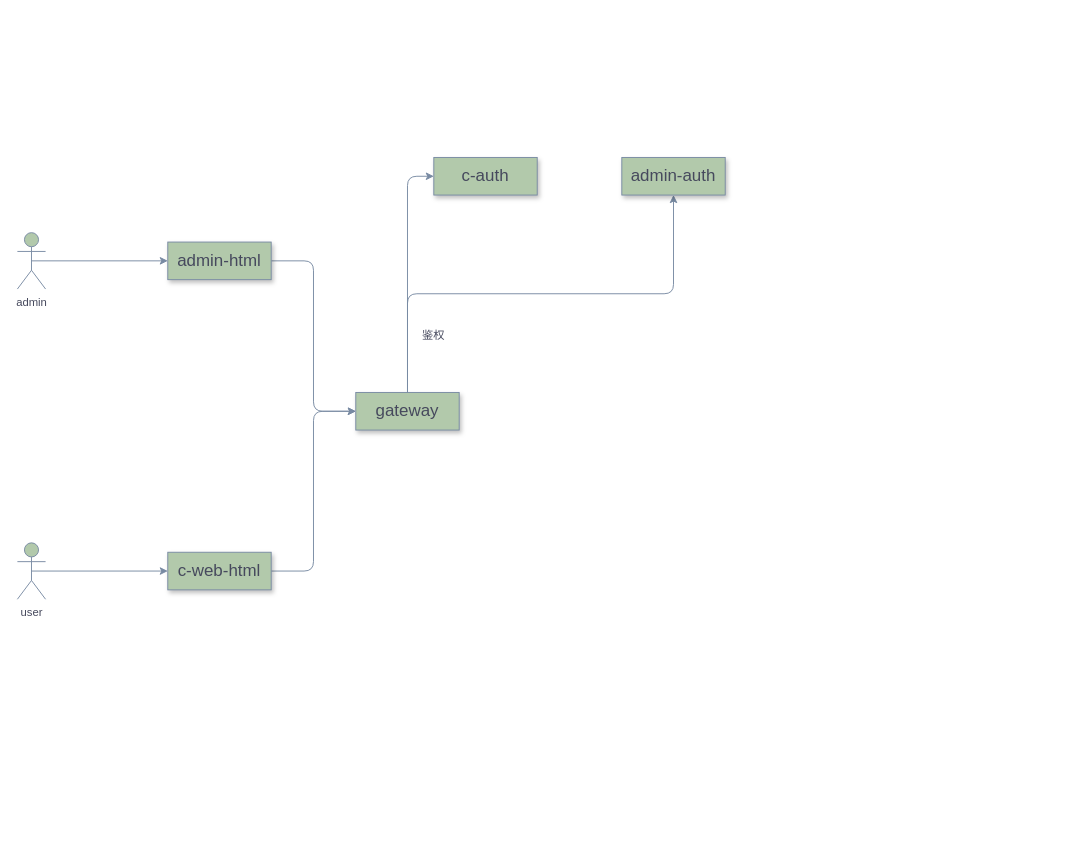
Above: 系统架构.drawio in kuangziyang/shop-design (draw.io), before the change. Source tidied: cells renumbered, new cells numbered last; positions are measured from the earlier drawing's top-left corner, leaving out a move shared by most shapes. Both pictures are drawn from the tidied source at 94%, with x=0, y=0 at pixel (17, 157).
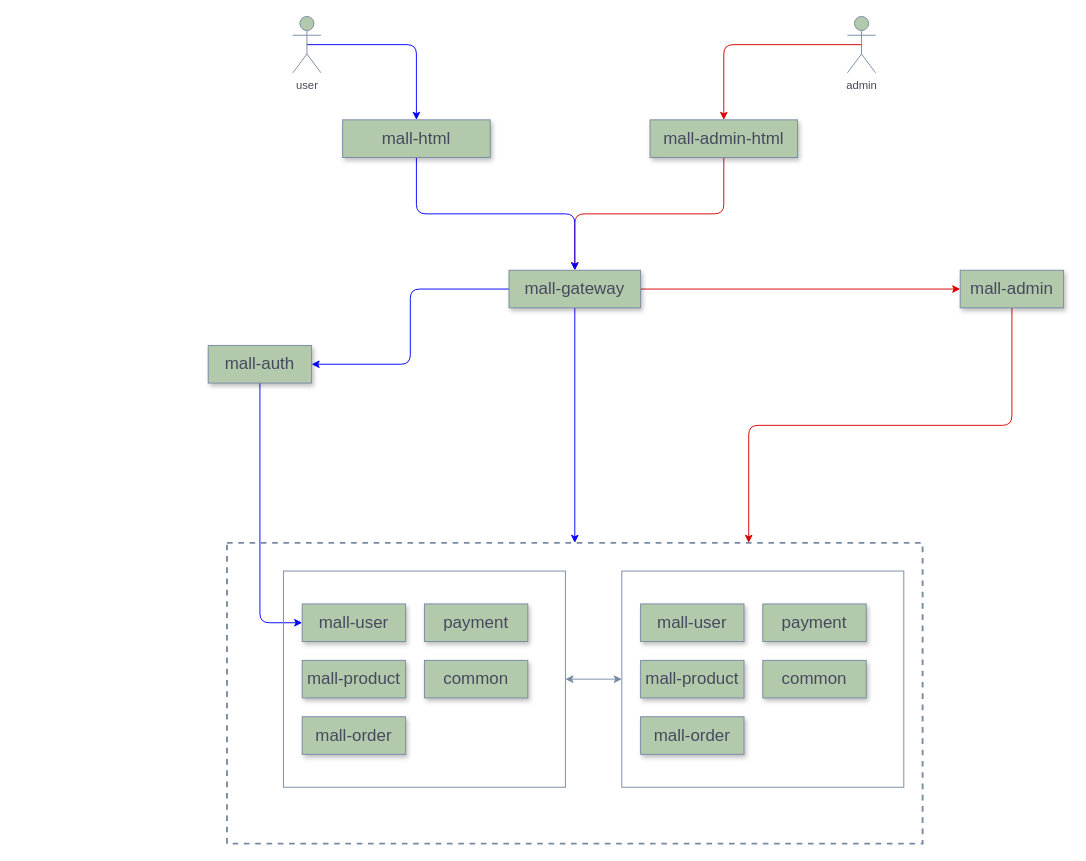
The same page after the edit.

What changed in the source:
```diff
@@
-    <mxCell id="2" style="edgeStyle=orthogonalEdgeStyle;rounded=1;sketch=0;jettySize=auto;html=1;exitX=0.5;exitY=0;exitDx=0;exitDy=0;entryX=0;entryY=0.5;entryDx=0;entryDy=0;strokeColor=#788AA3;fillColor=#B2C9AB;fontColor=#46495D;" parent="1" edge="1" source="15" target="12">
-      <mxGeometry relative="1" as="geometry" />
-    </mxCell>
-    <mxCell id="3" style="edgeStyle=orthogonalEdgeStyle;rounded=1;sketch=0;jettySize=auto;html=1;exitX=0.5;exitY=0;exitDx=0;exitDy=0;entryX=0.5;entryY=1;entryDx=0;entryDy=0;strokeColor=#788AA3;fillColor=#B2C9AB;fontColor=#46495D;" parent="1" edge="1" source="15" target="13">
-      <mxGeometry relative="1" as="geometry" />
-    </mxCell>
+    <mxCell id="17" style="rounded=0;whiteSpace=wrap;html=1;dashed=1;sketch=0;strokeColor=#788AA3;fillColor=none;fontColor=#46495D;strokeWidth=2;" parent="1" vertex="1">
+      <mxGeometry x="223" y="410" width="740" height="320" as="geometry" />
+    </mxCell>
-    <mxCell id="4" style="edgeStyle=orthogonalEdgeStyle;rounded=1;sketch=0;jettySize=auto;html=1;exitX=0.5;exitY=0.5;exitDx=0;exitDy=0;exitPerimeter=0;entryX=0;entryY=0.5;entryDx=0;entryDy=0;strokeColor=#788AA3;fillColor=#B2C9AB;fontColor=#46495D;" parent="1" edge="1" source="5" target="11">
+    <mxCell id="4" style="edgeStyle=orthogonalEdgeStyle;rounded=1;sketch=0;jettySize=auto;html=1;exitX=0.5;exitY=0.5;exitDx=0;exitDy=0;exitPerimeter=0;entryX=0.5;entryY=0;entryDx=0;entryDy=0;fillColor=#B2C9AB;fontColor=#46495D;strokeColor=#0000FF;" parent="1" edge="1" source="5" target="11">
       <mxGeometry relative="1" as="geometry" />
     </mxCell>
     <mxCell id="5" value="user" style="shape=umlActor;verticalLabelPosition=bottom;verticalAlign=top;html=1;outlineConnect=0;fillColor=#B2C9AB;strokeColor=#788AA3;fontColor=#46495D;" parent="1" vertex="1">
-      <mxGeometry y="410" width="30" height="60" as="geometry" />
+      <mxGeometry x="293" y="-150" width="30" height="60" as="geometry" />
     </mxCell>
-    <mxCell id="6" style="edgeStyle=orthogonalEdgeStyle;rounded=1;sketch=0;jettySize=auto;html=1;exitX=0.5;exitY=0.5;exitDx=0;exitDy=0;exitPerimeter=0;entryX=0;entryY=0.5;entryDx=0;entryDy=0;strokeColor=#788AA3;fillColor=#B2C9AB;fontColor=#46495D;" parent="1" edge="1" source="7" target="9">
+    <mxCell id="6" style="edgeStyle=orthogonalEdgeStyle;rounded=1;sketch=0;jettySize=auto;html=1;exitX=0.5;exitY=0.5;exitDx=0;exitDy=0;exitPerimeter=0;entryX=0.5;entryY=0;entryDx=0;entryDy=0;startArrow=none;startFill=0;fillColor=#B2C9AB;fontColor=#46495D;strokeColor=#D60202;" parent="1" edge="1" source="7" target="9">
       <mxGeometry relative="1" as="geometry" />
     </mxCell>
     <mxCell id="7" value="admin" style="shape=umlActor;verticalLabelPosition=bottom;verticalAlign=top;html=1;outlineConnect=0;fillColor=#B2C9AB;strokeColor=#788AA3;fontColor=#46495D;" parent="1" vertex="1">
-      <mxGeometry y="80" width="30" height="60" as="geometry" />
+      <mxGeometry x="883" y="-150" width="30" height="60" as="geometry" />
     </mxCell>
-    <mxCell id="8" style="rounded=1;sketch=0;jettySize=auto;html=1;exitX=1;exitY=0.5;exitDx=0;exitDy=0;entryX=0;entryY=0.5;entryDx=0;entryDy=0;strokeColor=#788AA3;fillColor=#B2C9AB;fontColor=#46495D;edgeStyle=orthogonalEdgeStyle;" parent="1" edge="1" source="9" target="15">
+    <mxCell id="8" style="edgeStyle=orthogonalEdgeStyle;rounded=1;sketch=0;jettySize=auto;html=1;exitX=0.5;exitY=1;exitDx=0;exitDy=0;entryX=0.5;entryY=0;entryDx=0;entryDy=0;startArrow=none;startFill=0;fillColor=#B2C9AB;fontColor=#46495D;strokeColor=#D60202;" parent="1" edge="1" source="9" target="15">
       <mxGeometry relative="1" as="geometry" />
     </mxCell>
-    <mxCell id="9" value="&lt;span style=&quot;font-size: 18px&quot;&gt;admin-html&lt;/span&gt;" style="rounded=0;whiteSpace=wrap;html=1;shadow=1;glass=0;sketch=0;fillColor=#B2C9AB;strokeColor=#788AA3;fontColor=#46495D;" parent="1" vertex="1">
-      <mxGeometry x="160" y="90" width="110" height="40" as="geometry" />
+    <mxCell id="9" value="&lt;span style=&quot;font-size: 18px&quot;&gt;mall-admin-html&lt;/span&gt;" style="rounded=0;whiteSpace=wrap;html=1;shadow=1;glass=0;sketch=0;fillColor=#B2C9AB;strokeColor=#788AA3;fontColor=#46495D;" parent="1" vertex="1">
+      <mxGeometry x="673" y="-40" width="157" height="40" as="geometry" />
     </mxCell>
-    <mxCell id="10" style="edgeStyle=orthogonalEdgeStyle;rounded=1;sketch=0;jettySize=auto;html=1;exitX=1;exitY=0.5;exitDx=0;exitDy=0;entryX=0;entryY=0.5;entryDx=0;entryDy=0;strokeColor=#788AA3;fillColor=#B2C9AB;fontColor=#46495D;" parent="1" edge="1" source="11" target="15">
+    <mxCell id="10" style="edgeStyle=orthogonalEdgeStyle;rounded=1;sketch=0;jettySize=auto;html=1;exitX=0.5;exitY=1;exitDx=0;exitDy=0;entryX=0.5;entryY=0;entryDx=0;entryDy=0;startArrow=none;startFill=0;strokeColor=#0000FF;fillColor=#B2C9AB;fontColor=#46495D;" parent="1" edge="1" source="11" target="15">
       <mxGeometry relative="1" as="geometry" />
     </mxCell>
-    <mxCell id="11" value="&lt;span style=&quot;font-size: 18px&quot;&gt;c-web-html&lt;/span&gt;" style="rounded=0;whiteSpace=wrap;html=1;shadow=1;glass=0;sketch=0;fillColor=#B2C9AB;strokeColor=#788AA3;fontColor=#46495D;" parent="1" vertex="1">
-      <mxGeometry x="160" y="420" width="110" height="40" as="geometry" />
+    <mxCell id="11" value="&lt;span style=&quot;font-size: 18px&quot;&gt;mall-html&lt;/span&gt;" style="rounded=0;whiteSpace=wrap;html=1;shadow=1;glass=0;sketch=0;fillColor=#B2C9AB;strokeColor=#788AA3;fontColor=#46495D;" parent="1" vertex="1">
+      <mxGeometry x="346" y="-40" width="157" height="40" as="geometry" />
     </mxCell>
+    <mxCell id="18" style="edgeStyle=orthogonalEdgeStyle;rounded=1;sketch=0;jettySize=auto;html=1;exitX=0.5;exitY=1;exitDx=0;exitDy=0;entryX=0;entryY=0.5;entryDx=0;entryDy=0;startArrow=none;startFill=0;strokeColor=#0000FF;fillColor=#B2C9AB;fontColor=#46495D;" parent="1" edge="1" source="12" target="30">
+      <mxGeometry relative="1" as="geometry" />
+    </mxCell>
-    <mxCell id="12" value="&lt;font style=&quot;font-size: 18px&quot;&gt;c-auth&lt;/font&gt;" style="rounded=0;whiteSpace=wrap;html=1;shadow=1;glass=0;sketch=0;fillColor=#B2C9AB;strokeColor=#788AA3;fontColor=#46495D;" parent="1" vertex="1">
-      <mxGeometry x="443" width="110" height="40" as="geometry" />
+    <mxCell id="12" value="&lt;font style=&quot;font-size: 18px&quot;&gt;mall-auth&lt;/font&gt;" style="rounded=0;whiteSpace=wrap;html=1;shadow=1;glass=0;sketch=0;fillColor=#B2C9AB;strokeColor=#788AA3;fontColor=#46495D;" parent="1" vertex="1">
+      <mxGeometry x="203" y="200" width="110" height="40" as="geometry" />
     </mxCell>
-    <mxCell id="13" value="&lt;font style=&quot;font-size: 18px&quot;&gt;admin-auth&lt;/font&gt;" style="rounded=0;whiteSpace=wrap;html=1;shadow=1;glass=0;sketch=0;fillColor=#B2C9AB;strokeColor=#788AA3;fontColor=#46495D;" parent="1" vertex="1">
-      <mxGeometry x="643" width="110" height="40" as="geometry" />
-    </mxCell>
-    <mxCell id="14" style="group;" parent="1" vertex="1">
-      <mxGeometry x="360" y="180" width="110" height="110" as="geometry" />
-    </mxCell>
+    <mxCell id="19" style="edgeStyle=orthogonalEdgeStyle;rounded=1;sketch=0;jettySize=auto;html=1;exitX=0.5;exitY=1;exitDx=0;exitDy=0;entryX=0.75;entryY=0;entryDx=0;entryDy=0;startArrow=none;startFill=0;fillColor=#B2C9AB;fontColor=#46495D;strokeColor=#D60202;" parent="1" edge="1" source="20" target="17">
+      <mxGeometry relative="1" as="geometry" />
+    </mxCell>
+    <mxCell id="20" value="&lt;span style=&quot;font-size: 18px&quot;&gt;mall-admin&lt;/span&gt;" style="rounded=0;whiteSpace=wrap;html=1;shadow=1;glass=0;sketch=0;fillColor=#B2C9AB;strokeColor=#788AA3;fontColor=#46495D;" parent="1" vertex="1">
+      <mxGeometry x="1003" y="120" width="110" height="40" as="geometry" />
+    </mxCell>
+    <mxCell id="21" style="group;" parent="1" vertex="1">
+      <mxGeometry x="643" y="440" width="300" height="230" as="geometry" />
+    </mxCell>
+    <mxCell id="22" style="rounded=0;whiteSpace=wrap;html=1;sketch=0;strokeColor=#788AA3;fontColor=#46495D;fillColor=none;" parent="21" vertex="1">
+      <mxGeometry width="300" height="230" as="geometry" />
+    </mxCell>
+    <mxCell id="23" value="&lt;span style=&quot;font-size: 18px&quot;&gt;mall-user&lt;/span&gt;" style="rounded=0;whiteSpace=wrap;html=1;shadow=1;glass=0;sketch=0;fillColor=#B2C9AB;strokeColor=#788AA3;fontColor=#46495D;" parent="21" vertex="1">
+      <mxGeometry x="20" y="35" width="110" height="40" as="geometry" />
+    </mxCell>
+    <mxCell id="24" value="&lt;span style=&quot;font-size: 18px&quot;&gt;mall-order&lt;/span&gt;" style="rounded=0;whiteSpace=wrap;html=1;shadow=1;glass=0;sketch=0;fillColor=#B2C9AB;strokeColor=#788AA3;fontColor=#46495D;" parent="21" vertex="1">
+      <mxGeometry x="20" y="155" width="110" height="40" as="geometry" />
+    </mxCell>
+    <mxCell id="25" value="&lt;span style=&quot;font-size: 18px&quot;&gt;mall-product&lt;/span&gt;" style="rounded=0;whiteSpace=wrap;html=1;shadow=1;glass=0;sketch=0;fillColor=#B2C9AB;strokeColor=#788AA3;fontColor=#46495D;" parent="21" vertex="1">
+      <mxGeometry x="20" y="95" width="110" height="40" as="geometry" />
+    </mxCell>
+    <mxCell id="26" value="&lt;span style=&quot;font-size: 18px&quot;&gt;common&lt;/span&gt;" style="rounded=0;whiteSpace=wrap;html=1;shadow=1;glass=0;sketch=0;fillColor=#B2C9AB;strokeColor=#788AA3;fontColor=#46495D;" parent="21" vertex="1">
+      <mxGeometry x="150" y="95" width="110" height="40" as="geometry" />
+    </mxCell>
+    <mxCell id="27" value="&lt;span style=&quot;font-size: 18px&quot;&gt;payment&lt;/span&gt;" style="rounded=0;whiteSpace=wrap;html=1;shadow=1;glass=0;sketch=0;fillColor=#B2C9AB;strokeColor=#788AA3;fontColor=#46495D;" parent="21" vertex="1">
+      <mxGeometry x="150" y="35" width="110" height="40" as="geometry" />
+    </mxCell>
+    <mxCell id="28" style="group;" parent="1" vertex="1">
+      <mxGeometry x="283" y="440" width="300" height="230" as="geometry" />
+    </mxCell>
+    <mxCell id="29" style="rounded=0;whiteSpace=wrap;html=1;sketch=0;strokeColor=#788AA3;fontColor=#46495D;fillColor=none;" parent="28" vertex="1">
+      <mxGeometry width="300" height="230" as="geometry" />
+    </mxCell>
+    <mxCell id="30" value="&lt;span style=&quot;font-size: 18px&quot;&gt;mall-user&lt;/span&gt;" style="rounded=0;whiteSpace=wrap;html=1;shadow=1;glass=0;sketch=0;fillColor=#B2C9AB;strokeColor=#788AA3;fontColor=#46495D;" parent="28" vertex="1">
+      <mxGeometry x="20" y="35" width="110" height="40" as="geometry" />
+    </mxCell>
+    <mxCell id="31" value="&lt;span style=&quot;font-size: 18px&quot;&gt;mall-order&lt;/span&gt;" style="rounded=0;whiteSpace=wrap;html=1;shadow=1;glass=0;sketch=0;fillColor=#B2C9AB;strokeColor=#788AA3;fontColor=#46495D;" parent="28" vertex="1">
+      <mxGeometry x="20" y="155" width="110" height="40" as="geometry" />
+    </mxCell>
+    <mxCell id="32" value="&lt;span style=&quot;font-size: 18px&quot;&gt;mall-product&lt;/span&gt;" style="rounded=0;whiteSpace=wrap;html=1;shadow=1;glass=0;sketch=0;fillColor=#B2C9AB;strokeColor=#788AA3;fontColor=#46495D;" parent="28" vertex="1">
+      <mxGeometry x="20" y="95" width="110" height="40" as="geometry" />
+    </mxCell>
+    <mxCell id="33" value="&lt;span style=&quot;font-size: 18px&quot;&gt;common&lt;/span&gt;" style="rounded=0;whiteSpace=wrap;html=1;shadow=1;glass=0;sketch=0;fillColor=#B2C9AB;strokeColor=#788AA3;fontColor=#46495D;" parent="28" vertex="1">
+      <mxGeometry x="150" y="95" width="110" height="40" as="geometry" />
+    </mxCell>
+    <mxCell id="34" value="&lt;span style=&quot;font-size: 18px&quot;&gt;payment&lt;/span&gt;" style="rounded=0;whiteSpace=wrap;html=1;shadow=1;glass=0;sketch=0;fillColor=#B2C9AB;strokeColor=#788AA3;fontColor=#46495D;" parent="28" vertex="1">
+      <mxGeometry x="150" y="35" width="110" height="40" as="geometry" />
+    </mxCell>
+    <mxCell id="35" style="edgeStyle=orthogonalEdgeStyle;rounded=1;sketch=0;jettySize=auto;html=1;exitX=1;exitY=0.5;exitDx=0;exitDy=0;entryX=0;entryY=0.5;entryDx=0;entryDy=0;startArrow=classic;startFill=1;strokeColor=#788AA3;fillColor=#B2C9AB;fontColor=#46495D;" parent="1" edge="1" source="29" target="22">
+      <mxGeometry relative="1" as="geometry" />
+    </mxCell>
+    <mxCell id="2" style="edgeStyle=orthogonalEdgeStyle;rounded=1;sketch=0;jettySize=auto;html=1;exitX=0;exitY=0.5;exitDx=0;exitDy=0;entryX=1;entryY=0.5;entryDx=0;entryDy=0;startArrow=none;startFill=0;strokeColor=#0000FF;fillColor=#B2C9AB;fontColor=#46495D;" parent="1" edge="1" source="15" target="12">
+      <mxGeometry relative="1" as="geometry" />
+    </mxCell>
+    <mxCell id="36" style="edgeStyle=orthogonalEdgeStyle;rounded=1;sketch=0;jettySize=auto;html=1;exitX=0.5;exitY=1;exitDx=0;exitDy=0;entryX=0.5;entryY=0;entryDx=0;entryDy=0;startArrow=none;startFill=0;strokeColor=#0000FF;fillColor=#B2C9AB;fontColor=#46495D;" parent="1" edge="1" source="15" target="17">
+      <mxGeometry relative="1" as="geometry" />
+    </mxCell>
+    <mxCell id="37" style="edgeStyle=orthogonalEdgeStyle;rounded=1;sketch=0;jettySize=auto;html=1;exitX=1;exitY=0.5;exitDx=0;exitDy=0;entryX=0;entryY=0.5;entryDx=0;entryDy=0;startArrow=none;startFill=0;fillColor=#B2C9AB;fontColor=#46495D;strokeColor=#D60202;" parent="1" edge="1" source="15" target="20">
+      <mxGeometry relative="1" as="geometry" />
+    </mxCell>
-    <mxCell id="15" value="&lt;font style=&quot;font-size: 18px&quot;&gt;gateway&lt;/font&gt;" style="rounded=0;whiteSpace=wrap;html=1;shadow=1;glass=0;sketch=0;fillColor=#B2C9AB;strokeColor=#788AA3;fontColor=#46495D;" parent="14" vertex="1">
-      <mxGeometry y="70" width="110" height="40" as="geometry" />
+    <mxCell id="15" value="&lt;font style=&quot;font-size: 18px&quot;&gt;mall-gateway&lt;/font&gt;" style="rounded=0;whiteSpace=wrap;html=1;shadow=1;glass=0;sketch=0;fillColor=#B2C9AB;strokeColor=#788AA3;fontColor=#46495D;" parent="1" vertex="1">
+      <mxGeometry x="523" y="120" width="140" height="40" as="geometry" />
     </mxCell>
-    <mxCell id="16" value="鉴权" style="text;html=1;strokeColor=none;fillColor=none;align=center;verticalAlign=middle;whiteSpace=wrap;rounded=0;sketch=0;fontColor=#46495D;" parent="14" vertex="1">
-      <mxGeometry x="63" width="40" height="20" as="geometry" />
-    </mxCell>
```
